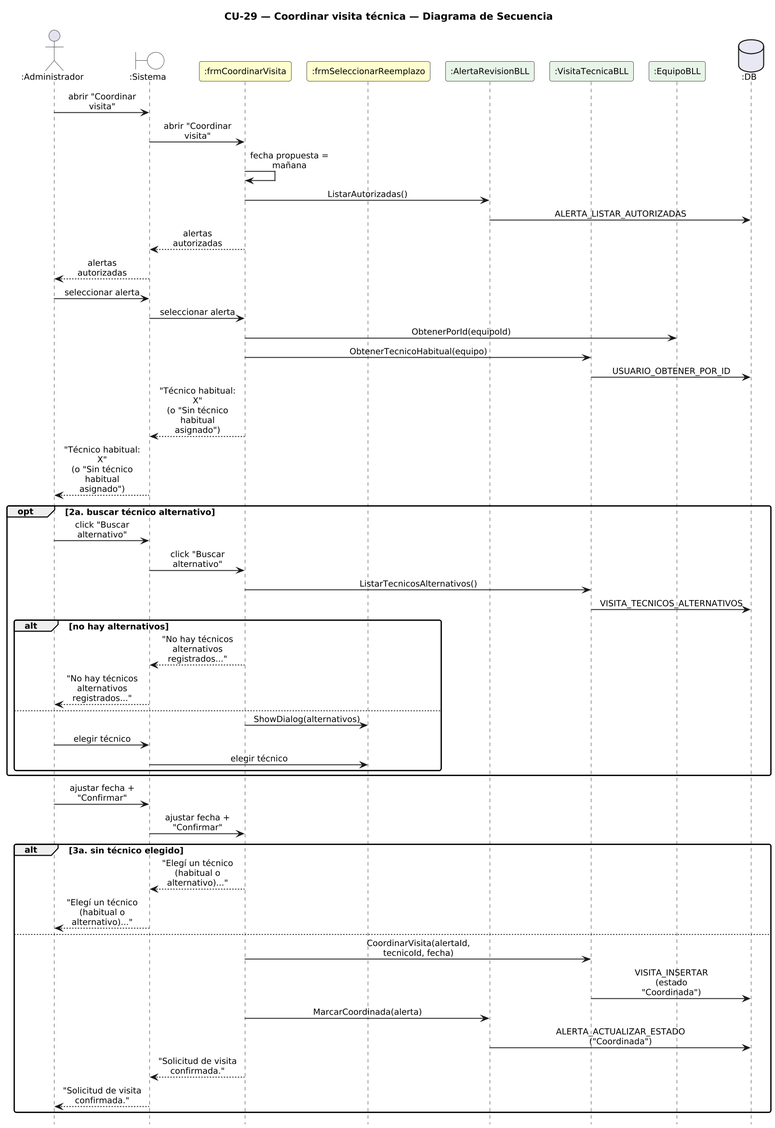
Before: DIAGRAMAS/DiagramaSecuencia_CU29_CoordinarVisita.png, a diagram exported from PlantUML (Urrels/ingenieria_software).
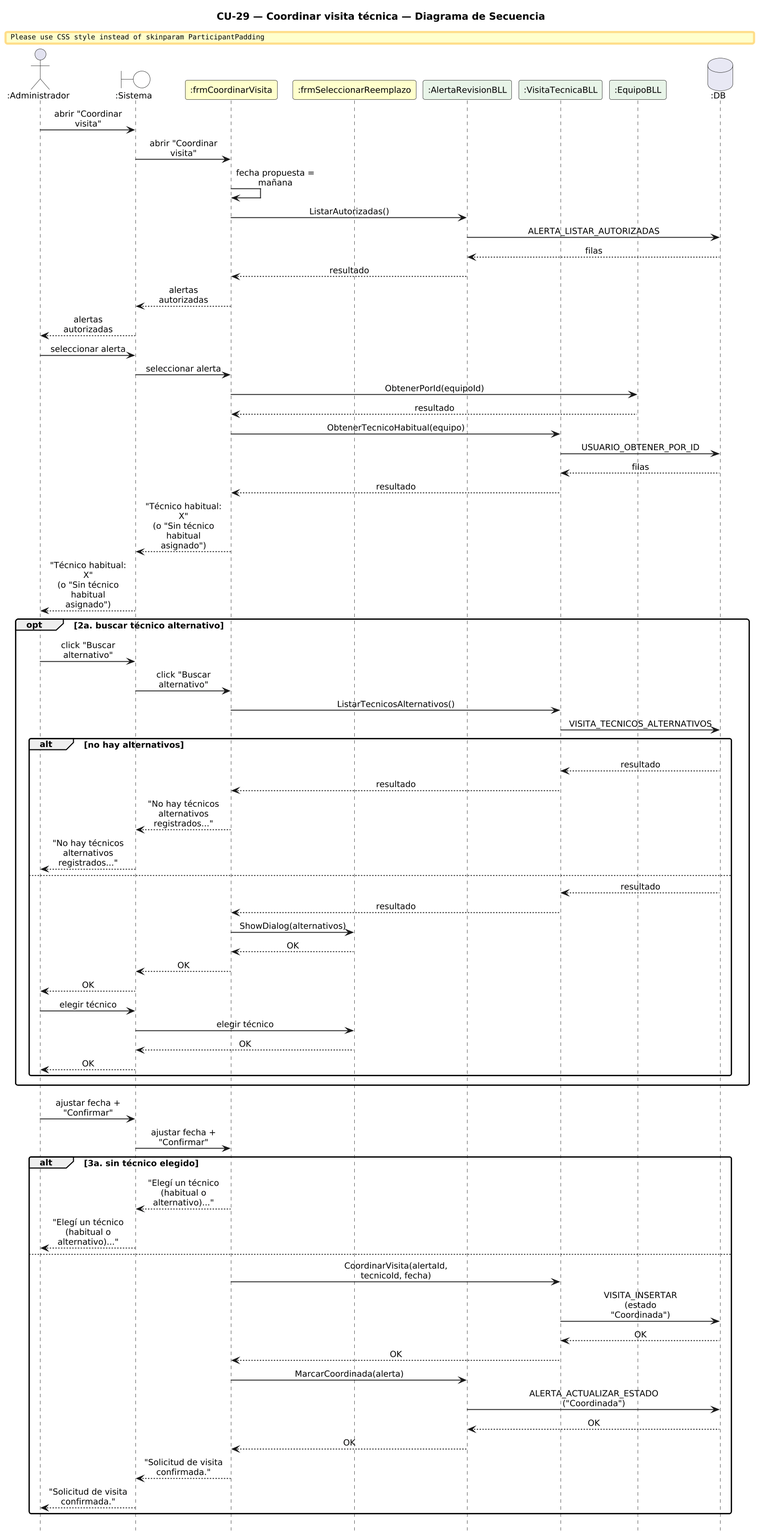
Above is the later version.

What changed in the source:
```diff
@@ -27,13 +27,18 @@
 F -> F : fecha propuesta = mañana
 F -> AB : ListarAutorizadas()
 AB -> DB : ALERTA_LISTAR_AUTORIZADAS
+DB --> AB : filas
+AB --> F : resultado
 F --> SYS : alertas autorizadas
 SYS --> A : alertas autorizadas
 A -> SYS : seleccionar alerta
 SYS -> F : seleccionar alerta
 F -> EB : ObtenerPorId(equipoId)
+EB --> F : resultado
 F -> VB : ObtenerTecnicoHabitual(equipo)
 VB -> DB : USUARIO_OBTENER_POR_ID
+DB --> VB : filas
+VB --> F : resultado
 F --> SYS : "Técnico habitual: X"\n(o "Sin técnico habitual asignado")
 SYS --> A : "Técnico habitual: X"\n(o "Sin técnico habitual asignado")
 opt 2a. buscar técnico alternativo
@@ -42,12 +47,21 @@
   F -> VB : ListarTecnicosAlternativos()
   VB -> DB : VISITA_TECNICOS_ALTERNATIVOS
   alt no hay alternativos
+    DB --> VB : resultado
+    VB --> F : resultado
     F --> SYS : "No hay técnicos alternativos registrados..."
     SYS --> A : "No hay técnicos alternativos registrados..."
   else
+    DB --> VB : resultado
+    VB --> F : resultado
     F -> SR : ShowDialog(alternativos)
+    SR --> F : OK
+    F --> SYS : OK
+    SYS --> A : OK
     A -> SYS : elegir técnico
     SYS -> SR : elegir técnico
+    SR --> SYS : OK
+    SYS --> A : OK
   end
 end
 A -> SYS : ajustar fecha + "Confirmar"
@@ -58,8 +72,12 @@
 else
   F -> VB : CoordinarVisita(alertaId, tecnicoId, fecha)
   VB -> DB : VISITA_INSERTAR (estado "Coordinada")
+  DB --> VB : OK
+  VB --> F : OK
   F -> AB : MarcarCoordinada(alerta)
   AB -> DB : ALERTA_ACTUALIZAR_ESTADO ("Coordinada")
+  DB --> AB : OK
+  AB --> F : OK
   F --> SYS : "Solicitud de visita confirmada."
   SYS --> A : "Solicitud de visita confirmada."
 end
```
